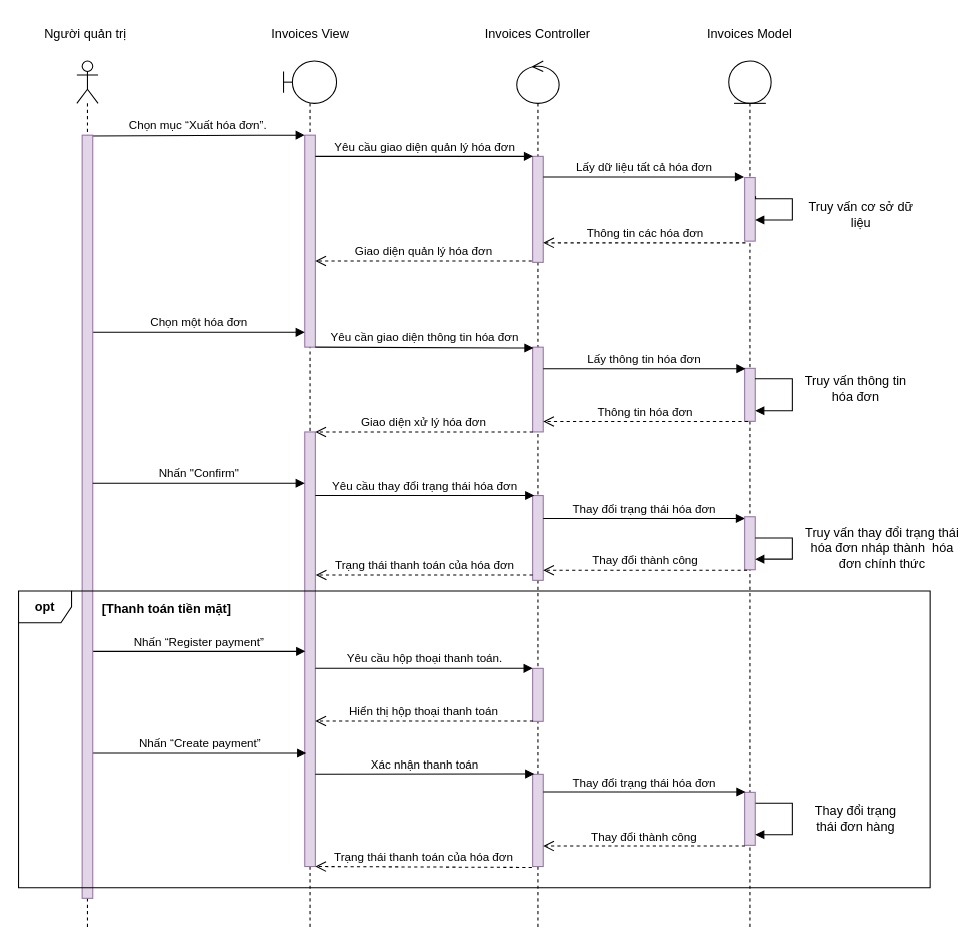
Above: Nam3_HK1/CNPM_SoftTech/Sequence Diagrams/Minh Tuấn/SD_XuLyHoaDon.drawio in EdgarIgnite16/SGU-Course (draw.io), before the change. Source tidied: cells renumbered, new cells numbered last; positions are measured from the earlier drawing's top-left corner, leaving out a move shared by most shapes. Both pictures are drawn from the tidied source at 106%, with x=0, y=0 at pixel (18, 18).
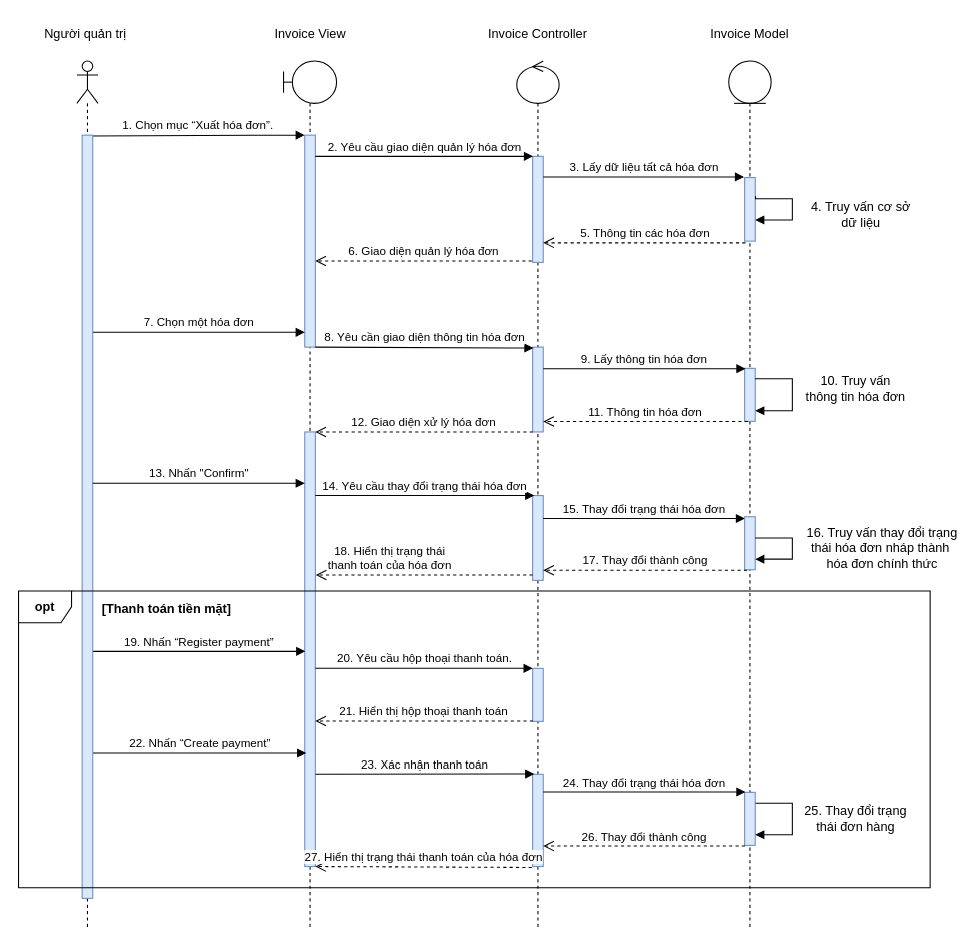
The same page after the edit.

Unchanged cells that the change refers to:
```xml
<mxCell id="2" style="shape=umlLifeline;participant=umlBoundary;perimeter=lifelinePerimeter;whiteSpace=wrap;html=1;verticalAlign=top;spacingTop=36;" parent="1" vertex="1">
  <mxGeometry x="250" y="40" width="50" height="820" as="geometry" />
</mxCell>
<mxCell id="7" style="shape=umlLifeline;participant=umlControl;perimeter=lifelinePerimeter;whiteSpace=wrap;html=1;verticalAlign=top;spacingTop=36;" parent="1" vertex="1">
  <mxGeometry x="470" y="40" width="40" height="820" as="geometry" />
</mxCell>
```

What changed in the source:
```diff
@@
-    <mxCell id="3" style="html=1;points=[];perimeter=orthogonalPerimeter;fillColor=#e1d5e7;strokeColor=#9673a6;" parent="2" vertex="1">
+    <mxCell id="3" style="html=1;points=[];perimeter=orthogonalPerimeter;fillColor=#dae8fc;strokeColor=#6c8ebf;" parent="2" vertex="1">
       <mxGeometry x="20" y="70" width="10" height="200" as="geometry" />
     </mxCell>
-    <mxCell id="4" style="html=1;points=[];perimeter=orthogonalPerimeter;fillColor=#e1d5e7;strokeColor=#9673a6;" parent="2" vertex="1">
+    <mxCell id="4" style="html=1;points=[];perimeter=orthogonalPerimeter;fillColor=#dae8fc;strokeColor=#6c8ebf;" parent="2" vertex="1">
       <mxGeometry x="20" y="350" width="10" height="410" as="geometry" />
     </mxCell>
@@
-    <mxCell id="8" style="html=1;points=[];perimeter=orthogonalPerimeter;fillColor=#e1d5e7;strokeColor=#9673a6;" parent="7" vertex="1">
+    <mxCell id="8" style="html=1;points=[];perimeter=orthogonalPerimeter;fillColor=#dae8fc;strokeColor=#6c8ebf;" parent="7" vertex="1">
       <mxGeometry x="15" y="90" width="10" height="100" as="geometry" />
     </mxCell>
-    <mxCell id="9" style="html=1;points=[];perimeter=orthogonalPerimeter;fillColor=#e1d5e7;strokeColor=#9673a6;" parent="7" vertex="1">
+    <mxCell id="9" style="html=1;points=[];perimeter=orthogonalPerimeter;fillColor=#dae8fc;strokeColor=#6c8ebf;" parent="7" vertex="1">
       <mxGeometry x="15" y="573" width="10" height="50" as="geometry" />
     </mxCell>
-    <mxCell id="10" style="html=1;points=[];perimeter=orthogonalPerimeter;fillColor=#e1d5e7;strokeColor=#9673a6;" parent="7" vertex="1">
+    <mxCell id="10" style="html=1;points=[];perimeter=orthogonalPerimeter;fillColor=#dae8fc;strokeColor=#6c8ebf;" parent="7" vertex="1">
       <mxGeometry x="15" y="410" width="10" height="80" as="geometry" />
     </mxCell>
-    <mxCell id="11" style="html=1;points=[];perimeter=orthogonalPerimeter;fillColor=#e1d5e7;strokeColor=#9673a6;" parent="7" vertex="1">
+    <mxCell id="11" style="html=1;points=[];perimeter=orthogonalPerimeter;fillColor=#dae8fc;strokeColor=#6c8ebf;" parent="7" vertex="1">
       <mxGeometry x="15" y="673" width="10" height="87" as="geometry" />
     </mxCell>
@@
-    <mxCell id="13" style="html=1;points=[];perimeter=orthogonalPerimeter;fillColor=#e1d5e7;strokeColor=#9673a6;" parent="1" vertex="1">
+    <mxCell id="13" style="html=1;points=[];perimeter=orthogonalPerimeter;fillColor=#dae8fc;strokeColor=#6c8ebf;" parent="1" vertex="1">
       <mxGeometry x="685" y="330" width="10" height="50" as="geometry" />
     </mxCell>
@@
-    <mxCell id="15" style="html=1;points=[];perimeter=orthogonalPerimeter;fillColor=#e1d5e7;strokeColor=#9673a6;" parent="1" vertex="1">
+    <mxCell id="15" style="html=1;points=[];perimeter=orthogonalPerimeter;fillColor=#dae8fc;strokeColor=#6c8ebf;" parent="1" vertex="1">
       <mxGeometry x="485" y="310" width="10" height="80" as="geometry" />
     </mxCell>
-    <mxCell id="16" value="Chọn một hóa đơn" style="html=1;verticalAlign=bottom;endArrow=block;rounded=0;" parent="1" edge="1" source="42">
+    <mxCell id="16" value="7. Chọn một hóa đơn" style="html=1;verticalAlign=bottom;endArrow=block;rounded=0;" parent="1" edge="1" source="42">
       <mxGeometry relative="1" as="geometry">
         <mxPoint x="270" y="296" as="targetPoint" />
       </mxGeometry>
     </mxCell>
-    <mxCell id="17" value="Yêu cần giao diện thông tin hóa đơn" style="html=1;verticalAlign=bottom;endArrow=block;rounded=0;entryX=0.077;entryY=0.011;entryDx=0;entryDy=0;entryPerimeter=0;" parent="1" edge="1" source="3" target="15">
+    <mxCell id="17" value="8. Yêu cần giao diện thông tin hóa đơn" style="html=1;verticalAlign=bottom;endArrow=block;rounded=0;entryX=0.077;entryY=0.011;entryDx=0;entryDy=0;entryPerimeter=0;" parent="1" edge="1" source="3" target="15">
       <mxGeometry relative="1" as="geometry" />
     </mxCell>
-    <mxCell id="18" value="Lấy thông tin hóa đơn" style="html=1;verticalAlign=bottom;endArrow=block;rounded=0;entryX=0.077;entryY=0.006;entryDx=0;entryDy=0;entryPerimeter=0;" parent="1" edge="1" source="15" target="13">
+    <mxCell id="18" value="9. Lấy thông tin hóa đơn" style="html=1;verticalAlign=bottom;endArrow=block;rounded=0;entryX=0.077;entryY=0.006;entryDx=0;entryDy=0;entryPerimeter=0;" parent="1" edge="1" source="15" target="13">
       <mxGeometry relative="1" as="geometry" />
     </mxCell>
-    <mxCell id="19" value="Truy vấn thông tin hóa đơn" style="text;html=1;strokeColor=none;fillColor=none;align=center;verticalAlign=middle;whiteSpace=wrap;rounded=0;" parent="1" vertex="1">
+    <mxCell id="19" value="10. Truy vấn thông tin hóa đơn" style="text;html=1;strokeColor=none;fillColor=none;align=center;verticalAlign=middle;whiteSpace=wrap;rounded=0;" parent="1" vertex="1">
       <mxGeometry x="740" y="334" width="100" height="30" as="geometry" />
     </mxCell>
-    <mxCell id="20" value="Thông tin hóa đơn" style="html=1;verticalAlign=bottom;endArrow=open;dashed=1;endSize=8;rounded=0;exitX=0.307;exitY=1.004;exitDx=0;exitDy=0;exitPerimeter=0;" parent="1" edge="1" source="13" target="15">
+    <mxCell id="20" value="11. Thông tin hóa đơn" style="html=1;verticalAlign=bottom;endArrow=open;dashed=1;endSize=8;rounded=0;exitX=0.307;exitY=1.004;exitDx=0;exitDy=0;exitPerimeter=0;" parent="1" edge="1" source="13" target="15">
       <mxGeometry relative="1" as="geometry" />
     </mxCell>
-    <mxCell id="21" value="Giao diện xử lý hóa đơn" style="html=1;verticalAlign=bottom;endArrow=open;dashed=1;endSize=8;rounded=0;exitX=0.019;exitY=1;exitDx=0;exitDy=0;exitPerimeter=0;" parent="1" edge="1" source="15" target="4">
+    <mxCell id="21" value="12. Giao diện xử lý hóa đơn" style="html=1;verticalAlign=bottom;endArrow=open;dashed=1;endSize=8;rounded=0;exitX=0.019;exitY=1;exitDx=0;exitDy=0;exitPerimeter=0;" parent="1" edge="1" source="15" target="4">
       <mxGeometry relative="1" as="geometry" />
     </mxCell>
-    <mxCell id="22" value="Chọn mục “Xuất hóa đơn”." style="html=1;verticalAlign=bottom;endArrow=block;rounded=0;exitX=0.66;exitY=0.001;exitDx=0;exitDy=0;exitPerimeter=0;" parent="1" edge="1" source="42">
+    <mxCell id="22" value="1. Chọn mục “Xuất hóa đơn”." style="html=1;verticalAlign=bottom;endArrow=block;rounded=0;exitX=0.66;exitY=0.001;exitDx=0;exitDy=0;exitPerimeter=0;" parent="1" edge="1" source="42">
       <mxGeometry relative="1" as="geometry">
         <mxPoint x="270" y="110" as="targetPoint" />
       </mxGeometry>
     </mxCell>
-    <mxCell id="23" value="Invoices View" style="text;html=1;strokeColor=none;fillColor=none;align=center;verticalAlign=middle;whiteSpace=wrap;rounded=0;" parent="1" vertex="1">
+    <mxCell id="23" value="Invoice View" style="text;html=1;strokeColor=none;fillColor=none;align=center;verticalAlign=middle;whiteSpace=wrap;rounded=0;" parent="1" vertex="1">
       <mxGeometry x="232.5" width="85" height="30" as="geometry" />
     </mxCell>
-    <mxCell id="24" value="Invoices Controller" style="text;html=1;strokeColor=none;fillColor=none;align=center;verticalAlign=middle;whiteSpace=wrap;rounded=0;" parent="1" vertex="1">
+    <mxCell id="24" value="Invoice Controller" style="text;html=1;strokeColor=none;fillColor=none;align=center;verticalAlign=middle;whiteSpace=wrap;rounded=0;" parent="1" vertex="1">
       <mxGeometry x="435" width="110" height="30" as="geometry" />
     </mxCell>
-    <mxCell id="25" value="Invoices Model" style="text;html=1;strokeColor=none;fillColor=none;align=center;verticalAlign=middle;whiteSpace=wrap;rounded=0;" parent="1" vertex="1">
+    <mxCell id="25" value="Invoice Model" style="text;html=1;strokeColor=none;fillColor=none;align=center;verticalAlign=middle;whiteSpace=wrap;rounded=0;" parent="1" vertex="1">
       <mxGeometry x="640" width="100" height="30" as="geometry" />
     </mxCell>
-    <mxCell id="26" value="Yêu cầu giao diện quản lý hóa đơn" style="html=1;verticalAlign=bottom;endArrow=block;rounded=0;entryX=0.034;entryY=0;entryDx=0;entryDy=0;entryPerimeter=0;" parent="1" edge="1" source="3" target="8">
+    <mxCell id="26" value="2. Yêu cầu giao diện quản lý hóa đơn" style="html=1;verticalAlign=bottom;endArrow=block;rounded=0;entryX=0.034;entryY=0;entryDx=0;entryDy=0;entryPerimeter=0;" parent="1" edge="1" source="3" target="8">
       <mxGeometry relative="1" as="geometry" />
     </mxCell>
-    <mxCell id="27" value="Lấy dữ liệu tất cả hóa đơn" style="html=1;verticalAlign=bottom;endArrow=block;rounded=0;entryX=-0.059;entryY=-0.007;entryDx=0;entryDy=0;entryPerimeter=0;" parent="1" edge="1" source="8">
+    <mxCell id="27" value="3. Lấy dữ liệu tất cả hóa đơn" style="html=1;verticalAlign=bottom;endArrow=block;rounded=0;entryX=-0.059;entryY=-0.007;entryDx=0;entryDy=0;entryPerimeter=0;" parent="1" edge="1" source="8">
       <mxGeometry relative="1" as="geometry">
         <mxPoint x="684.4" y="149.4" as="targetPoint" />
       </mxGeometry>
     </mxCell>
-    <mxCell id="28" style="html=1;points=[];perimeter=orthogonalPerimeter;fillColor=#e1d5e7;strokeColor=#9673a6;" parent="1" vertex="1">
+    <mxCell id="28" style="html=1;points=[];perimeter=orthogonalPerimeter;fillColor=#dae8fc;strokeColor=#6c8ebf;" parent="1" vertex="1">
       <mxGeometry x="685" y="150" width="10" height="60" as="geometry" />
     </mxCell>
@@
-    <mxCell id="30" value="Truy vấn cơ sở dữ liệu" style="text;html=1;strokeColor=none;fillColor=none;align=center;verticalAlign=middle;whiteSpace=wrap;rounded=0;" parent="1" vertex="1">
+    <mxCell id="30" value="4. Truy vấn cơ sở dữ liệu" style="text;html=1;strokeColor=none;fillColor=none;align=center;verticalAlign=middle;whiteSpace=wrap;rounded=0;" parent="1" vertex="1">
       <mxGeometry x="740" y="170" width="110" height="30" as="geometry" />
     </mxCell>
-    <mxCell id="31" value="Thông tin các hóa đơn" style="html=1;verticalAlign=bottom;endArrow=open;dashed=1;endSize=8;rounded=0;exitX=0.076;exitY=1.027;exitDx=0;exitDy=0;exitPerimeter=0;" parent="1" edge="1" source="28" target="8">
+    <mxCell id="31" value="5. Thông tin các hóa đơn" style="html=1;verticalAlign=bottom;endArrow=open;dashed=1;endSize=8;rounded=0;exitX=0.076;exitY=1.027;exitDx=0;exitDy=0;exitPerimeter=0;" parent="1" edge="1" source="28" target="8">
       <mxGeometry relative="1" as="geometry" />
     </mxCell>
-    <mxCell id="32" value="Giao diện quản lý hóa đơn" style="html=1;verticalAlign=bottom;endArrow=open;dashed=1;endSize=8;rounded=0;exitX=-0.077;exitY=0.987;exitDx=0;exitDy=0;exitPerimeter=0;" parent="1" edge="1" source="8" target="3">
+    <mxCell id="32" value="6. Giao diện quản lý hóa đơn" style="html=1;verticalAlign=bottom;endArrow=open;dashed=1;endSize=8;rounded=0;exitX=-0.077;exitY=0.987;exitDx=0;exitDy=0;exitPerimeter=0;" parent="1" edge="1" source="8" target="3">
       <mxGeometry relative="1" as="geometry" />
     </mxCell>
-    <mxCell id="33" value="Nhấn “Register payment”" style="html=1;verticalAlign=bottom;endArrow=block;rounded=0;entryX=0.052;entryY=0.306;entryDx=0;entryDy=0;entryPerimeter=0;" parent="1" edge="1">
+    <mxCell id="33" value="19. Nhấn “Register payment”" style="html=1;verticalAlign=bottom;endArrow=block;rounded=0;entryX=0.052;entryY=0.306;entryDx=0;entryDy=0;entryPerimeter=0;" parent="1" edge="1">
       <mxGeometry relative="1" as="geometry">
         <mxPoint x="70" y="597" as="sourcePoint" />
         <mxPoint x="270.5" y="597" as="targetPoint" />
       </mxGeometry>
     </mxCell>
-    <mxCell id="34" value="Yêu cầu hộp thoại thanh toán." style="html=1;verticalAlign=bottom;endArrow=block;rounded=0;" parent="1" edge="1" target="9">
+    <mxCell id="34" value="20. Yêu cầu hộp thoại thanh toán." style="html=1;verticalAlign=bottom;endArrow=block;rounded=0;" parent="1" edge="1" target="9">
       <mxGeometry relative="1" as="geometry">
         <mxPoint x="280" y="613" as="sourcePoint" />
       </mxGeometry>
     </mxCell>
-    <mxCell id="35" value="Hiển thị hộp thoại thanh toán" style="html=1;verticalAlign=bottom;endArrow=open;dashed=1;endSize=8;rounded=0;exitX=0.034;exitY=0.993;exitDx=0;exitDy=0;exitPerimeter=0;" parent="1" edge="1" source="9">
+    <mxCell id="35" value="21. Hiển thị hộp thoại thanh toán" style="html=1;verticalAlign=bottom;endArrow=open;dashed=1;endSize=8;rounded=0;exitX=0.034;exitY=0.993;exitDx=0;exitDy=0;exitPerimeter=0;" parent="1" edge="1" source="9">
       <mxGeometry relative="1" as="geometry">
         <mxPoint x="280" y="662.7" as="targetPoint" />
       </mxGeometry>
     </mxCell>
-    <mxCell id="36" value="Nhấn “Create payment”" style="html=1;verticalAlign=bottom;endArrow=block;rounded=0;entryX=0.145;entryY=0.588;entryDx=0;entryDy=0;entryPerimeter=0;" parent="1" edge="1">
+    <mxCell id="36" value="22. Nhấn “Create payment”" style="html=1;verticalAlign=bottom;endArrow=block;rounded=0;entryX=0.145;entryY=0.588;entryDx=0;entryDy=0;entryPerimeter=0;" parent="1" edge="1">
       <mxGeometry relative="1" as="geometry">
         <mxPoint x="70" y="692.9" as="sourcePoint" />
         <mxPoint x="271.4" y="692.9" as="targetPoint" />
       </mxGeometry>
     </mxCell>
-    <mxCell id="37" value="Xác nhận thanh toán" style="html=1;verticalAlign=bottom;endArrow=block;rounded=0;entryX=0.153;entryY=-0.003;entryDx=0;entryDy=0;entryPerimeter=0;" parent="1" edge="1" target="11">
+    <mxCell id="37" value="23. Xác nhận thanh toán" style="html=1;verticalAlign=bottom;endArrow=block;rounded=0;entryX=0.153;entryY=-0.003;entryDx=0;entryDy=0;entryPerimeter=0;" parent="1" edge="1" target="11">
       <mxGeometry relative="1" as="geometry">
         <mxPoint x="280" y="713" as="sourcePoint" />
       </mxGeometry>
     </mxCell>
-    <mxCell id="38" style="html=1;points=[];perimeter=orthogonalPerimeter;fillColor=#e1d5e7;strokeColor=#9673a6;" parent="1" vertex="1">
+    <mxCell id="38" style="html=1;points=[];perimeter=orthogonalPerimeter;fillColor=#dae8fc;strokeColor=#6c8ebf;" parent="1" vertex="1">
       <mxGeometry x="685" y="730" width="10" height="50" as="geometry" />
     </mxCell>
@@
-    <mxCell id="40" value="Thay đổi trạng thái đơn hàng" style="text;html=1;strokeColor=none;fillColor=none;align=center;verticalAlign=middle;whiteSpace=wrap;rounded=0;" parent="1" vertex="1">
+    <mxCell id="40" value="25. Thay đổi trạng thái đơn hàng" style="text;html=1;strokeColor=none;fillColor=none;align=center;verticalAlign=middle;whiteSpace=wrap;rounded=0;" parent="1" vertex="1">
       <mxGeometry x="740" y="740" width="100" height="30" as="geometry" />
     </mxCell>
-    <mxCell id="41" value="Thay đổi thành công" style="html=1;verticalAlign=bottom;endArrow=open;dashed=1;endSize=8;rounded=0;exitX=0.034;exitY=1.014;exitDx=0;exitDy=0;exitPerimeter=0;" parent="1" edge="1" source="38" target="11">
+    <mxCell id="41" value="26. Thay đổi thành công" style="html=1;verticalAlign=bottom;endArrow=open;dashed=1;endSize=8;rounded=0;exitX=0.034;exitY=1.014;exitDx=0;exitDy=0;exitPerimeter=0;" parent="1" edge="1" source="38" target="11">
       <mxGeometry relative="1" as="geometry" />
     </mxCell>
-    <mxCell id="42" style="html=1;points=[];perimeter=orthogonalPerimeter;fillColor=#e1d5e7;strokeColor=#9673a6;" parent="1" vertex="1">
+    <mxCell id="42" style="html=1;points=[];perimeter=orthogonalPerimeter;fillColor=#dae8fc;strokeColor=#6c8ebf;" parent="1" vertex="1">
       <mxGeometry x="60" y="110" width="10" height="720" as="geometry" />
     </mxCell>
@@
-    <mxCell id="44" value="&lt;b&gt;opt&lt;/b&gt;" style="shape=umlFrame;whiteSpace=wrap;html=1;width=50;height=30;" parent="1" vertex="1">
-      <mxGeometry y="540" width="860" height="280" as="geometry" />
-    </mxCell>
-    <mxCell id="45" value="Nhấn &quot;Confirm&quot;" style="html=1;verticalAlign=bottom;endArrow=block;rounded=0;entryX=0;entryY=0.118;entryDx=0;entryDy=0;entryPerimeter=0;" parent="1" edge="1" source="42" target="4">
+    <mxCell id="45" value="13. Nhấn &quot;Confirm&quot;" style="html=1;verticalAlign=bottom;endArrow=block;rounded=0;entryX=0;entryY=0.118;entryDx=0;entryDy=0;entryPerimeter=0;" parent="1" edge="1" source="42" target="4">
       <mxGeometry relative="1" as="geometry" />
     </mxCell>
-    <mxCell id="46" value="Yêu cầu thay đổi trạng thái hóa đơn" style="html=1;verticalAlign=bottom;endArrow=block;rounded=0;entryX=0.153;entryY=-0.001;entryDx=0;entryDy=0;entryPerimeter=0;" parent="1" edge="1" source="4" target="10">
+    <mxCell id="46" value="14. Yêu cầu thay đổi trạng thái hóa đơn" style="html=1;verticalAlign=bottom;endArrow=block;rounded=0;entryX=0.153;entryY=-0.001;entryDx=0;entryDy=0;entryPerimeter=0;" parent="1" edge="1" source="4" target="10">
       <mxGeometry relative="1" as="geometry" />
     </mxCell>
-    <mxCell id="47" value="Thay đổi trạng thái hóa đơn" style="html=1;verticalAlign=bottom;endArrow=block;rounded=0;entryX=0.034;entryY=0.021;entryDx=0;entryDy=0;entryPerimeter=0;" parent="1" edge="1" source="10">
+    <mxCell id="47" value="15. Thay đổi trạng thái hóa đơn" style="html=1;verticalAlign=bottom;endArrow=block;rounded=0;entryX=0.034;entryY=0.021;entryDx=0;entryDy=0;entryPerimeter=0;" parent="1" edge="1" source="10">
       <mxGeometry relative="1" as="geometry">
         <mxPoint x="685.3" y="471.7" as="targetPoint" />
       </mxGeometry>
     </mxCell>
-    <mxCell id="48" style="html=1;points=[];perimeter=orthogonalPerimeter;fillColor=#e1d5e7;strokeColor=#9673a6;" parent="1" vertex="1">
+    <mxCell id="48" style="html=1;points=[];perimeter=orthogonalPerimeter;fillColor=#dae8fc;strokeColor=#6c8ebf;" parent="1" vertex="1">
       <mxGeometry x="685" y="470" width="10" height="50" as="geometry" />
     </mxCell>
@@
-    <mxCell id="50" value="Truy vấn thay đổi trạng thái hóa đơn nháp thành&amp;nbsp; hóa đơn chính thức" style="text;html=1;strokeColor=none;fillColor=none;align=center;verticalAlign=middle;whiteSpace=wrap;rounded=0;" parent="1" vertex="1">
+    <mxCell id="50" value="16. Truy vấn thay đổi trạng thái hóa đơn nháp thành&amp;nbsp; hóa đơn chính thức" style="text;html=1;strokeColor=none;fillColor=none;align=center;verticalAlign=middle;whiteSpace=wrap;rounded=0;" parent="1" vertex="1">
       <mxGeometry x="740" y="485" width="150" height="30" as="geometry" />
     </mxCell>
-    <mxCell id="51" value="Trạng thái thanh toán của hóa đơn" style="html=1;verticalAlign=bottom;endArrow=open;dashed=1;endSize=8;rounded=0;entryX=1.04;entryY=0.329;entryDx=0;entryDy=0;entryPerimeter=0;" parent="1" edge="1" source="10" target="4">
-      <mxGeometry relative="1" as="geometry" />
+    <mxCell id="51" value="18. Hiển thị trạng thái &lt;br&gt;thanh toán của hóa đơn" style="html=1;verticalAlign=bottom;endArrow=open;dashed=1;endSize=8;rounded=0;entryX=1.04;entryY=0.329;entryDx=0;entryDy=0;entryPerimeter=0;" parent="1" edge="1" source="10" target="4">
+      <mxGeometry x="0.32" relative="1" as="geometry" />
     </mxCell>
-    <mxCell id="52" value="Thay đổi thành công" style="html=1;verticalAlign=bottom;endArrow=open;dashed=1;endSize=8;rounded=0;exitX=0.229;exitY=1.009;exitDx=0;exitDy=0;exitPerimeter=0;" parent="1" edge="1" source="48" target="10">
+    <mxCell id="52" value="17. Thay đổi thành công" style="html=1;verticalAlign=bottom;endArrow=open;dashed=1;endSize=8;rounded=0;exitX=0.229;exitY=1.009;exitDx=0;exitDy=0;exitPerimeter=0;" parent="1" edge="1" source="48" target="10">
       <mxGeometry relative="1" as="geometry" />
     </mxCell>
-    <mxCell id="53" value="Thay đổi trạng thái hóa đơn" style="html=1;verticalAlign=bottom;endArrow=block;rounded=0;entryX=0.077;entryY=-0.007;entryDx=0;entryDy=0;entryPerimeter=0;" parent="1" edge="1" source="11" target="38">
+    <mxCell id="53" value="24. Thay đổi trạng thái hóa đơn" style="html=1;verticalAlign=bottom;endArrow=block;rounded=0;entryX=0.077;entryY=-0.007;entryDx=0;entryDy=0;entryPerimeter=0;" parent="1" edge="1" source="11" target="38">
       <mxGeometry relative="1" as="geometry" />
     </mxCell>
-    <mxCell id="54" value="Trạng thái thanh toán của hóa đơn" style="html=1;verticalAlign=bottom;endArrow=open;dashed=1;endSize=8;rounded=0;exitX=-0.077;exitY=1.01;exitDx=0;exitDy=0;exitPerimeter=0;" parent="1" edge="1" source="11" target="4">
+    <mxCell id="54" value="27. Hiển thị trạng thái thanh toán của hóa đơn" style="html=1;verticalAlign=bottom;endArrow=open;dashed=1;endSize=8;rounded=0;exitX=-0.077;exitY=1.01;exitDx=0;exitDy=0;exitPerimeter=0;" parent="1" edge="1" source="11" target="4">
       <mxGeometry relative="1" as="geometry" />
     </mxCell>
+    <mxCell id="44" value="&lt;b&gt;opt&lt;/b&gt;" style="shape=umlFrame;whiteSpace=wrap;html=1;width=50;height=30;" parent="1" vertex="1">
+      <mxGeometry y="540" width="860" height="280" as="geometry" />
+    </mxCell>
```
